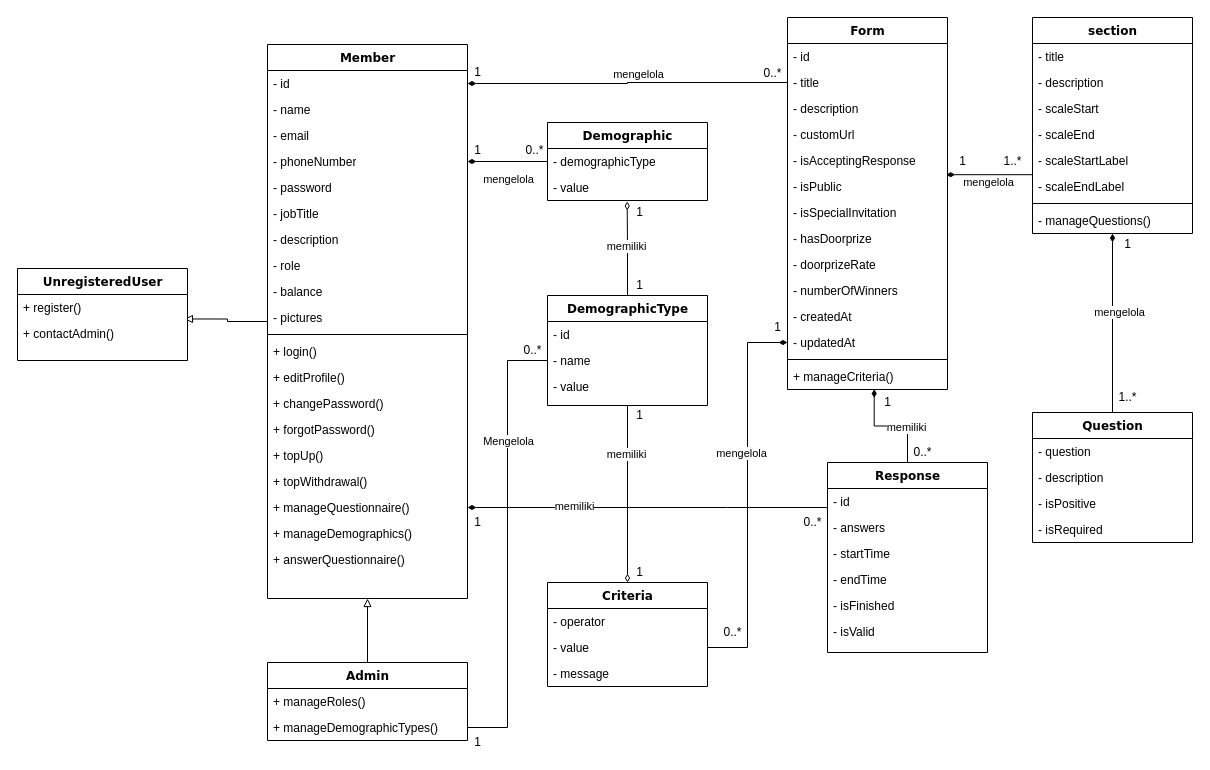
This is Diagram/class-diagram.drawio from techie-jhs/thesis, a draw.io file, before an edit. Source tidied: cells renumbered, new cells numbered last; positions are measured from the earlier drawing's top-left corner, leaving out a move shared by most shapes. Both pictures are drawn from the tidied source at 100%, with x=0, y=0 at pixel (17, 17).
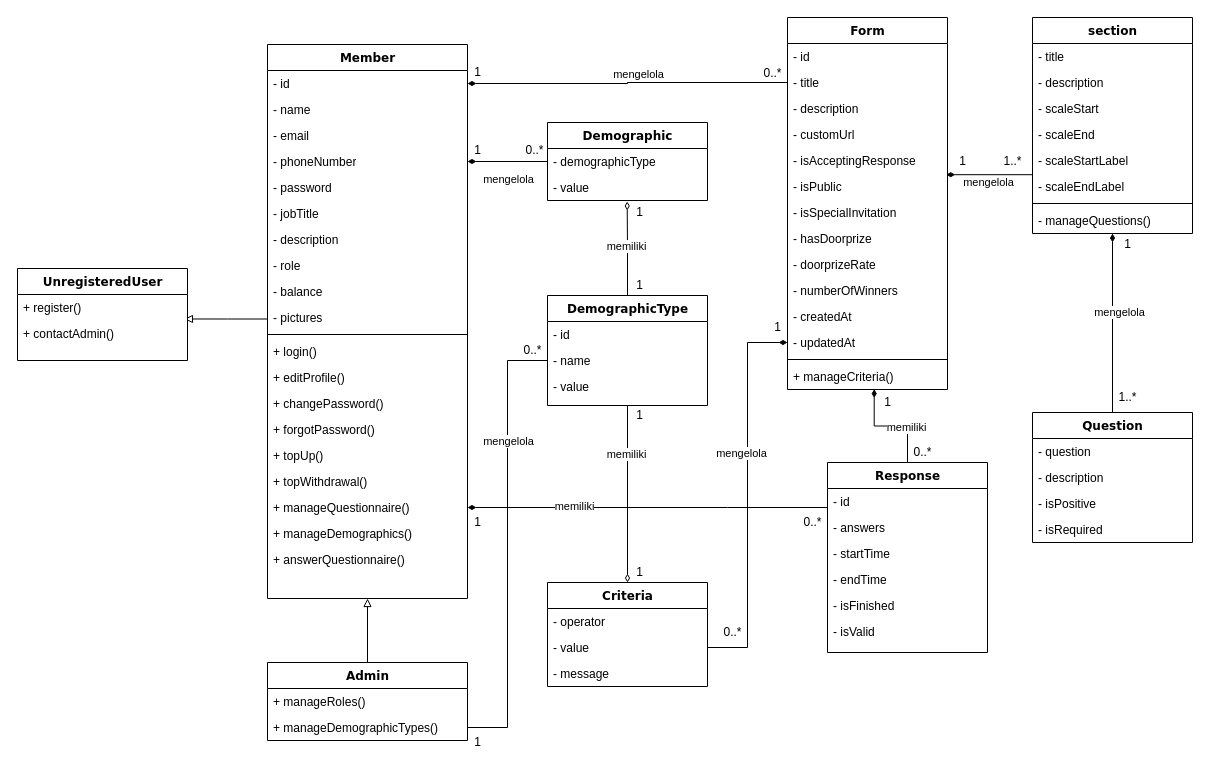
Above is the later version.

The change refers to these unchanged cells:
```xml
<mxCell id="3" value="Member" style="swimlane;html=1;fontStyle=1;align=center;verticalAlign=top;horizontal=1;startSize=26;swimlaneFillColor=#ffffff;rounded=0;shadow=0;comic=0;labelBackgroundColor=none;strokeWidth=1;fillColor=none;fontFamily=Verdana;fontSize=12;" parent="1" vertex="1">
  <mxGeometry x="250" y="27" width="200" height="554" as="geometry" />
</mxCell>
<mxCell id="70" value="+ contactAdmin()" style="text;html=1;strokeColor=none;fillColor=none;align=left;verticalAlign=top;spacingLeft=4;spacingRight=4;whiteSpace=wrap;overflow=hidden;points=[[0,0.5],[1,0.5]];portConstraint=eastwest;" parent="68" vertex="1">
  <mxGeometry y="52" width="170" height="26" as="geometry" />
</mxCell>
<mxCell id="103" style="edgeStyle=orthogonalEdgeStyle;rounded=0;jettySize=auto;html=1;entryX=1;entryY=0.5;entryDx=0;entryDy=0;endArrow=none;endFill=0;" parent="1" edge="1" source="83" target="74">
  <mxGeometry relative="1" as="geometry" />
</mxCell>
```

What changed in the source:
```diff
@@
     <mxCell id="2" style="edgeStyle=orthogonalEdgeStyle;rounded=0;jettySize=auto;html=1;entryX=0.982;entryY=-0.058;entryDx=0;entryDy=0;entryPerimeter=0;endArrow=block;endFill=0;" parent="1" edge="1" source="3" target="70">
-      <mxGeometry relative="1" as="geometry" />
+      <mxGeometry relative="1" as="geometry">
+        <Array as="points">
+          <mxPoint x="210" y="301" />
+        </Array>
+      </mxGeometry>
     </mxCell>
@@
-    <mxCell id="104" value="Mengelola" style="edgeLabel;html=1;align=center;verticalAlign=middle;" parent="103" vertex="1">
+    <mxCell id="104" value="mengelola" style="edgeLabel;html=1;align=center;verticalAlign=middle;" parent="103" vertex="1">
       <mxGeometry x="-0.08" y="-1" relative="1" as="geometry">
         <mxPoint x="1" y="-86" as="offset" />
       </mxGeometry>
     </mxCell>
```
